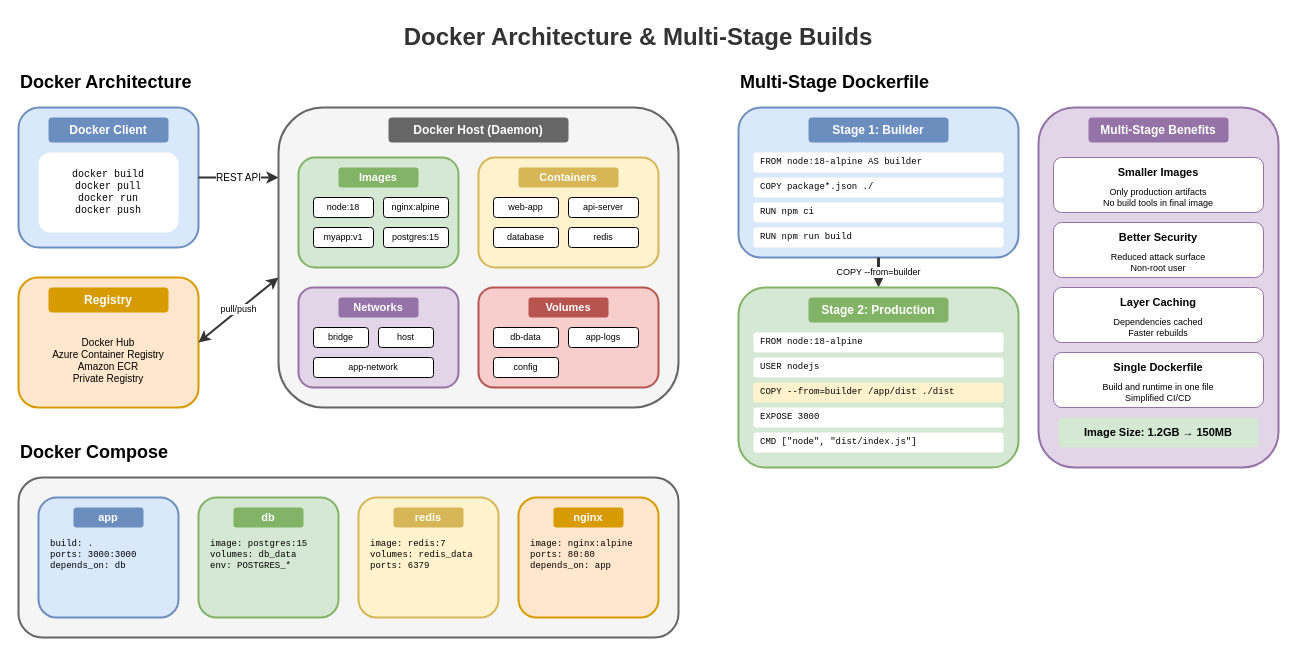
The draw.io diagram lesson-05-devops-platform-engineering/diagrams/4.1-docker-architecture.drawio in MrParkerZ7/document-lesson-software-architect-x-claude, before the edit. Source tidied: cells renumbered, new cells numbered last; positions are measured from the earlier drawing's top-left corner, leaving out a move shared by most shapes. Both pictures are drawn from the tidied source at 100%, with x=0, y=0 at pixel (18, 17).
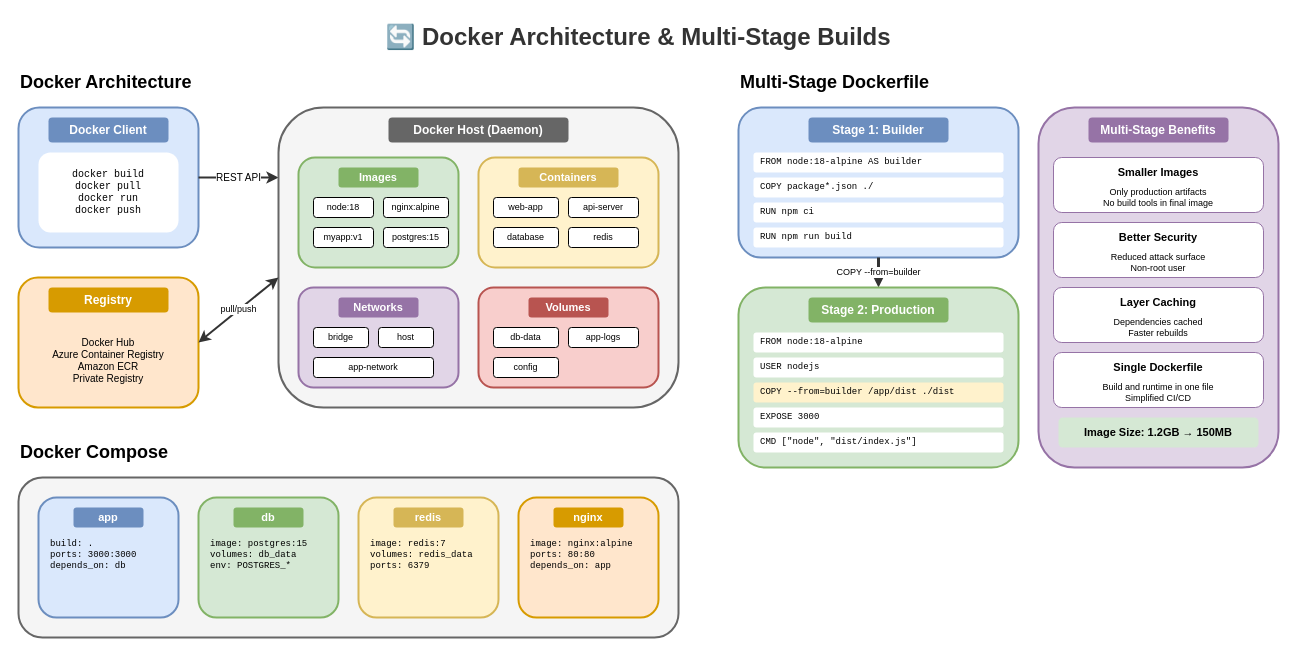
The same diagram, later.

Diff of the diagram source:
```diff
@@
-    <mxCell id="2" value="Docker Architecture &amp; Multi-Stage Builds" style="text;html=1;strokeColor=none;fillColor=none;align=center;verticalAlign=middle;whiteSpace=wrap;rounded=0;fontSize=24;fontStyle=1;fontColor=#333333;" parent="1" vertex="1">
+    <mxCell id="2" value="🔄 Docker Architecture &amp; Multi-Stage Builds" style="text;html=1;strokeColor=none;fillColor=none;align=center;verticalAlign=middle;whiteSpace=wrap;rounded=0;fontSize=24;fontStyle=1;fontColor=#333333;" parent="1" vertex="1">
       <mxGeometry x="320" width="600" height="40" as="geometry" />
     </mxCell>
```
